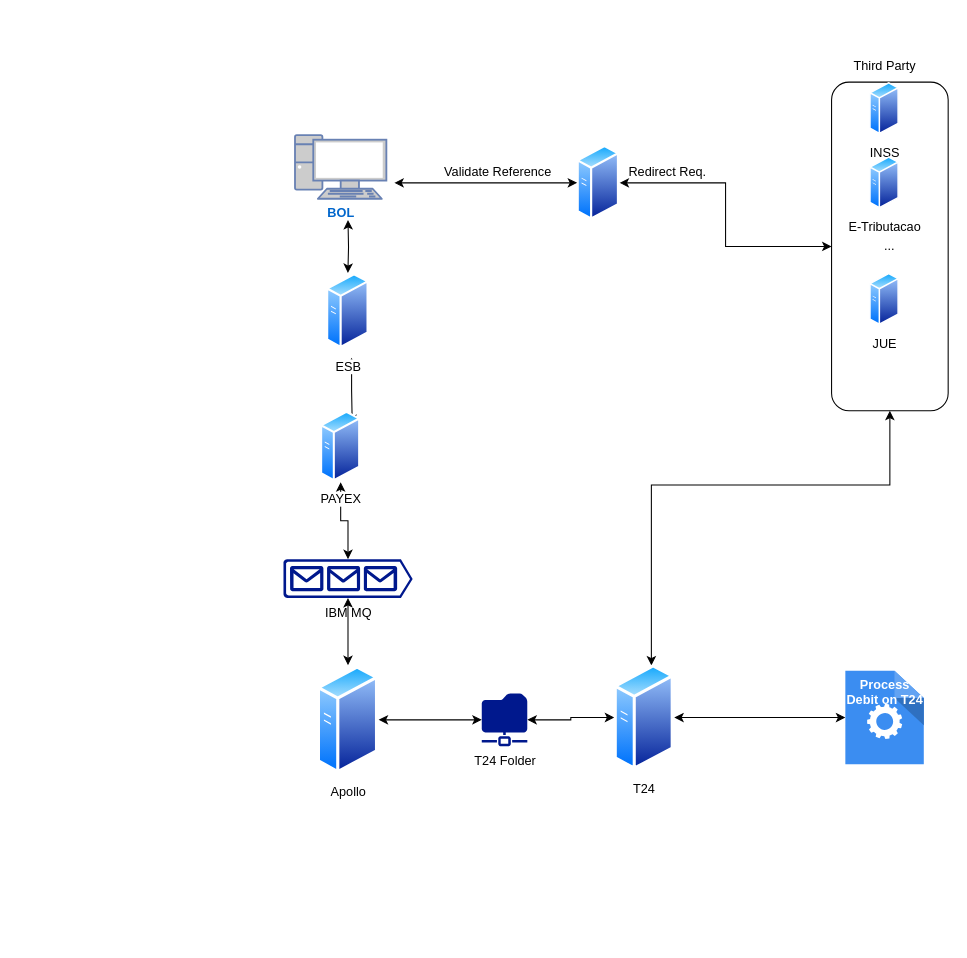
Above: Untitled Diagram.drawio in Klaucio/aula (draw.io), before the change. Source tidied: cells renumbered, new cells numbered last; positions are measured from the earlier drawing's top-left corner, leaving out a move shared by most shapes. Both pictures are drawn from the tidied source at 106%, with x=0, y=0 at pixel (283, 50).
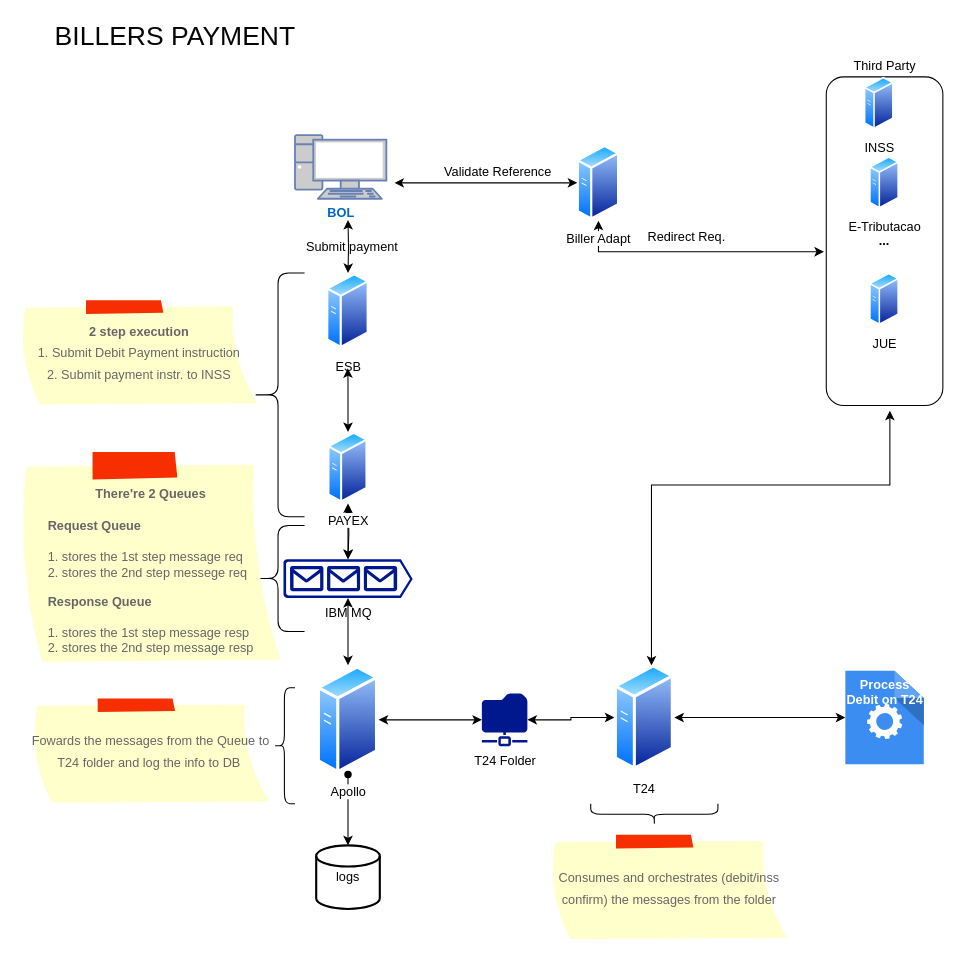
The same diagram, later.

Unchanged cells that the change refers to:
```xml
<mxCell id="18" value="IBM MQ" style="sketch=0;shadow=0;dashed=0;html=1;strokeColor=none;labelPosition=center;verticalLabelPosition=bottom;verticalAlign=top;align=center;fillColor=#00188D;shape=mxgraph.azure.queue_generic;" parent="1" vertex="1">
  <mxGeometry x="-0.2" y="480" width="122" height="36.6" as="geometry" />
</mxCell>
<mxCell id="20" value="Apollo" style="perimeter=ellipsePerimeter;html=1;align=center;shadow=0;dashed=0;spacingTop=3;image;image=img/lib/active_directory/generic_server.svg;" parent="1" vertex="1">
  <mxGeometry x="31.9" y="580" width="57.8" height="103.1" as="geometry" />
</mxCell>
```

Diff of the diagram source:
```diff
@@
-<mxGraphModel>
+<mxGraphModel background="#ffffff">
@@
-    <mxCell id="2" value="..." style="rounded=1;whiteSpace=wrap;html=1;" parent="1" vertex="1">
-      <mxGeometry x="517" y="30" width="110" height="310" as="geometry" />
+    <mxCell id="2" value="&lt;b&gt;...&lt;/b&gt;" style="rounded=1;whiteSpace=wrap;html=1;" parent="1" vertex="1">
+      <mxGeometry x="512" y="25" width="110" height="310" as="geometry" />
     </mxCell>
@@
-    <mxCell id="4" style="edgeStyle=orthogonalEdgeStyle;rounded=0;jettySize=auto;html=1;startArrow=classic;startFill=1;" parent="1" edge="1" source="5" target="2">
-      <mxGeometry relative="1" as="geometry" />
+    <mxCell id="4" style="edgeStyle=orthogonalEdgeStyle;rounded=0;jettySize=auto;html=1;startArrow=classic;startFill=1;" parent="1" edge="1" source="5">
+      <mxGeometry relative="1" as="geometry">
+        <mxPoint x="509.8" y="190" as="targetPoint" />
+        <Array as="points">
+          <mxPoint x="296.8" y="190" />
+          <mxPoint x="509.8" y="190" />
+        </Array>
+      </mxGeometry>
     </mxCell>
-    <mxCell id="5" style="perimeter=ellipsePerimeter;html=1;align=center;shadow=0;dashed=0;spacingTop=3;image;image=img/lib/active_directory/generic_server.svg;" parent="1" vertex="1">
-      <mxGeometry x="277" y="89.3" width="40" height="71.4" as="geometry" />
+    <mxCell id="5" value="Biller Adapt" style="perimeter=ellipsePerimeter;html=1;align=center;shadow=0;dashed=0;spacingTop=3;image;image=img/lib/active_directory/generic_server.svg;" parent="1" vertex="1">
+      <mxGeometry x="277.1" y="89.3" width="40" height="71.4" as="geometry" />
     </mxCell>
@@
     <mxCell id="7" value="INSS" style="perimeter=ellipsePerimeter;html=1;align=center;shadow=0;dashed=0;spacingTop=3;image;image=img/lib/active_directory/generic_server.svg;" parent="1" vertex="1">
-      <mxGeometry x="553" y="30" width="28" height="50" as="geometry" />
+      <mxGeometry x="548" y="25" width="28" height="50" as="geometry" />
     </mxCell>
@@
     <mxCell id="10" value="Validate Reference" style="text;html=1;align=center;verticalAlign=middle;strokeColor=none;fillColor=none;" parent="1" vertex="1">
-      <mxGeometry x="142" y="100" width="120" height="30" as="geometry" />
+      <mxGeometry x="142.1" y="100" width="120" height="30" as="geometry" />
     </mxCell>
     <mxCell id="11" value="Redirect Req." style="text;html=1;align=center;verticalAlign=middle;strokeColor=none;fillColor=none;" parent="1" vertex="1">
-      <mxGeometry x="312" y="100" width="100" height="30" as="geometry" />
+      <mxGeometry x="329.8" y="160.7" width="100" height="30" as="geometry" />
     </mxCell>
     <mxCell id="12" style="endArrow=classic;startArrow=classic;html=1;rounded=0;entryX=0;entryY=0.5;entryDx=0;entryDy=0;" parent="1" edge="1" target="5">
       <mxGeometry relative="1" as="geometry">
-        <mxPoint x="104.5" y="125" as="sourcePoint" />
+        <mxPoint x="104.6" y="125" as="sourcePoint" />
       </mxGeometry>
     </mxCell>
-    <mxCell id="13" style="edgeStyle=orthogonalEdgeStyle;rounded=0;orthogonalLoop=1;jettySize=auto;html=1;exitX=0.25;exitY=1;exitDx=0;exitDy=0;startArrow=classic;startFill=1;" parent="1" edge="1">
-      <mxGeometry relative="1" as="geometry">
-        <mxPoint x="64.2" y="290" as="sourcePoint" />
-        <mxPoint x="64.8" y="352.6" as="targetPoint" />
-        <Array as="points">
-          <mxPoint x="64" y="321" />
-        </Array>
-      </mxGeometry>
-    </mxCell>
     <mxCell id="14" value="ESB" style="perimeter=ellipsePerimeter;html=1;align=center;shadow=0;dashed=0;spacingTop=3;image;image=img/lib/active_directory/generic_server.svg;" parent="1" vertex="1">
-      <mxGeometry x="40.6" y="210" width="40.2" height="71.9" as="geometry" />
+      <mxGeometry x="40.7" y="210" width="40.2" height="71.9" as="geometry" />
     </mxCell>
@@
+    <mxCell id="28" style="edgeStyle=orthogonalEdgeStyle;rounded=0;jettySize=auto;html=1;fontSize=12;fontColor=#050505;startArrow=classic;startFill=1;" parent="1" edge="1" target="18">
+      <mxGeometry relative="1" as="geometry">
+        <mxPoint x="61.1" y="430" as="sourcePoint" />
+      </mxGeometry>
+    </mxCell>
     <mxCell id="16" value="PAYEX" style="perimeter=ellipsePerimeter;html=1;align=center;shadow=0;dashed=0;spacingTop=3;image;image=img/lib/active_directory/generic_server.svg;" parent="1" vertex="1">
-      <mxGeometry x="35" y="340" width="37.8" height="67.4" as="geometry" />
+      <mxGeometry x="41.9" y="360" width="37.8" height="67.4" as="geometry" />
     </mxCell>
@@
+    <mxCell id="29" style="edgeStyle=orthogonalEdgeStyle;rounded=0;jettySize=auto;html=1;entryX=0.5;entryY=0;entryDx=0;entryDy=0;entryPerimeter=0;fontSize=12;fontColor=#050505;startArrow=oval;startFill=1;" parent="1" edge="1" source="20" target="34">
+      <mxGeometry relative="1" as="geometry" />
+    </mxCell>
@@
     <mxCell id="22" value="T24 Folder&lt;br&gt;" style="sketch=0;shadow=0;dashed=0;html=1;strokeColor=none;labelPosition=center;verticalLabelPosition=bottom;verticalAlign=top;align=center;fillColor=#00188D;shape=mxgraph.mscae.enterprise.shared_folder;" parent="1" vertex="1">
-      <mxGeometry x="187" y="606.6" width="43" height="50" as="geometry" />
+      <mxGeometry x="187.1" y="606.6" width="43" height="50" as="geometry" />
     </mxCell>
-    <mxCell id="23" style="edgeStyle=orthogonalEdgeStyle;rounded=0;jettySize=auto;html=1;entryX=0.5;entryY=1;entryDx=0;entryDy=0;fontColor=#FFFFFF;startArrow=classic;startFill=1;" parent="1" edge="1" source="25" target="2">
+    <mxCell id="23" style="edgeStyle=orthogonalEdgeStyle;rounded=0;jettySize=auto;html=1;entryX=0.5;entryY=1;entryDx=0;entryDy=0;fontColor=#FFFFFF;startArrow=classic;startFill=1;" parent="1" edge="1" source="25">
       <mxGeometry relative="1" as="geometry">
+        <mxPoint x="572" y="340" as="targetPoint" />
         <Array as="points">
-          <mxPoint x="347" y="410" />
+          <mxPoint x="347.1" y="410" />
           <mxPoint x="572" y="410" />
         </Array>
       </mxGeometry>
     </mxCell>
@@
     <mxCell id="25" value="T24" style="perimeter=ellipsePerimeter;html=1;align=center;shadow=0;dashed=0;spacingTop=3;image;image=img/lib/active_directory/generic_server.svg;direction=east;" parent="1" vertex="1">
-      <mxGeometry x="312" y="578.9" width="56.6" height="101.1" as="geometry" />
+      <mxGeometry x="312.1" y="578.9" width="56.6" height="101.1" as="geometry" />
     </mxCell>
@@
+    <mxCell id="13" style="edgeStyle=orthogonalEdgeStyle;rounded=0;jettySize=auto;html=1;startArrow=classic;startFill=1;entryX=0.5;entryY=0;entryDx=0;entryDy=0;" parent="1" edge="1" target="16">
+      <mxGeometry relative="1" as="geometry">
+        <mxPoint x="60.6" y="300" as="sourcePoint" />
+        <Array as="points">
+          <mxPoint x="61.1" y="311" />
+          <mxPoint x="60.1" y="311" />
+          <mxPoint x="60.1" y="360" />
+        </Array>
+      </mxGeometry>
+    </mxCell>
+    <mxCell id="30" value="&lt;font style=&quot;font-size: 25px;&quot; color=&quot;#050505&quot;&gt;BILLERS PAYMENT&lt;/font&gt;" style="text;html=1;strokeColor=none;fillColor=none;align=center;verticalAlign=middle;whiteSpace=wrap;rounded=0;fontColor=#FFFFFF;" parent="1" vertex="1">
+      <mxGeometry x="-240.2" y="-30" width="276" height="30" as="geometry" />
+    </mxCell>
+    <mxCell id="31" value="&lt;font style=&quot;font-size: 12px;&quot;&gt;Submit payment&lt;/font&gt;" style="text;html=1;strokeColor=none;fillColor=none;align=center;verticalAlign=middle;whiteSpace=wrap;rounded=0;fontSize=25;fontColor=#050505;" parent="1" vertex="1">
+      <mxGeometry x="17.1" y="160" width="96.1" height="40" as="geometry" />
+    </mxCell>
+    <mxCell id="32" style="shape=curlyBracket;whiteSpace=wrap;html=1;rounded=1;labelPosition=left;verticalLabelPosition=middle;align=right;verticalAlign=middle;fontSize=12;fontColor=#050505;size=0.5;" parent="1" vertex="1">
+      <mxGeometry x="-30.2" y="210" width="50" height="230" as="geometry" />
+    </mxCell>
+    <mxCell id="33" value="&lt;font style=&quot;font-size: 12px;&quot;&gt;&lt;b&gt;2 step execution&lt;br&gt;&lt;/b&gt;1. Submit Debit Payment instruction&lt;br&gt;&lt;/font&gt;&lt;font style=&quot;font-size: 12px;&quot;&gt;2. Submit payment instr. to INSS&lt;/font&gt;" style="strokeWidth=1;shadow=0;dashed=0;align=center;html=1;shape=mxgraph.mockup.text.stickyNote2;fontColor=#666666;mainText=;fontSize=17;whiteSpace=wrap;fillColor=#ffffcc;strokeColor=#F62E00;" parent="1" vertex="1">
+      <mxGeometry x="-250.2" y="235.7" width="228" height="99.3" as="geometry" />
+    </mxCell>
+    <mxCell id="34" value="logs" style="strokeWidth=2;html=1;shape=mxgraph.flowchart.database;whiteSpace=wrap;fontSize=12;fontColor=#050505;" parent="1" vertex="1">
+      <mxGeometry x="30.8" y="750" width="60" height="60" as="geometry" />
+    </mxCell>
+    <mxCell id="35" style="shape=curlyBracket;whiteSpace=wrap;html=1;rounded=1;labelPosition=left;verticalLabelPosition=middle;align=right;verticalAlign=middle;fontSize=12;fontColor=#050505;" parent="1" vertex="1">
+      <mxGeometry x="-30.2" y="448.3" width="50" height="100" as="geometry" />
+    </mxCell>
+    <mxCell id="36" value="&lt;font style=&quot;font-size: 12px;&quot;&gt;&lt;b&gt;&lt;br&gt;There're 2 Queues&lt;/b&gt;&lt;br&gt;&lt;div style=&quot;font-weight: bold; text-align: left;&quot;&gt;&lt;span style=&quot;background-color: initial;&quot;&gt;&lt;br&gt;&lt;/span&gt;&lt;/div&gt;&lt;div style=&quot;font-weight: bold; text-align: left;&quot;&gt;&lt;span style=&quot;background-color: initial;&quot;&gt;Request Queue&lt;/span&gt;&lt;/div&gt;&lt;div style=&quot;font-weight: bold; text-align: left;&quot;&gt;&lt;span style=&quot;background-color: initial;&quot;&gt;&lt;br&gt;&lt;/span&gt;&lt;/div&gt;&lt;div style=&quot;text-align: left;&quot;&gt;&lt;span style=&quot;background-color: initial;&quot;&gt;1. stores the 1st step message req&lt;/span&gt;&lt;/div&gt;&lt;div style=&quot;text-align: left;&quot;&gt;&lt;span style=&quot;background-color: initial;&quot;&gt;2. stores the 2nd step messege req&lt;/span&gt;&lt;/div&gt;&lt;div style=&quot;font-weight: bold; text-align: left;&quot;&gt;&lt;span style=&quot;background-color: initial;&quot;&gt;&lt;br&gt;&lt;/span&gt;&lt;/div&gt;&lt;/font&gt;&lt;font style=&quot;font-size: 12px;&quot;&gt;&lt;div style=&quot;font-weight: bold; text-align: left;&quot;&gt;&lt;span style=&quot;background-color: initial;&quot;&gt;Response Queue&lt;/span&gt;&lt;/div&gt;&lt;div style=&quot;text-align: left;&quot;&gt;&lt;span style=&quot;background-color: initial;&quot;&gt;&lt;br&gt;&lt;/span&gt;&lt;/div&gt;&lt;div style=&quot;text-align: left;&quot;&gt;&lt;span style=&quot;border-color: var(--border-color); text-align: center;&quot;&gt;&lt;div style=&quot;border-color: var(--border-color); text-align: left;&quot;&gt;&lt;span style=&quot;border-color: var(--border-color); background-color: initial;&quot;&gt;1. stores the 1st step message resp&lt;/span&gt;&lt;/div&gt;&lt;div style=&quot;border-color: var(--border-color); text-align: left;&quot;&gt;&lt;span style=&quot;border-color: var(--border-color); background-color: initial;&quot;&gt;2. stores the 2nd step message resp&lt;/span&gt;&lt;/div&gt;&lt;/span&gt;&lt;/div&gt;&lt;/font&gt;" style="strokeWidth=1;shadow=0;dashed=0;align=center;html=1;shape=mxgraph.mockup.text.stickyNote2;fontColor=#666666;mainText=;fontSize=17;whiteSpace=wrap;fillColor=#ffffcc;strokeColor=#F62E00;" parent="1" vertex="1">
+      <mxGeometry x="-250.2" y="378.9" width="250" height="200" as="geometry" />
+    </mxCell>
+    <mxCell id="37" value="&lt;span style=&quot;font-size: 12px;&quot;&gt;Consumes and orchestrates (debit/inss confirm) the messages from the folder&lt;/span&gt;" style="strokeWidth=1;shadow=0;dashed=0;align=center;html=1;shape=mxgraph.mockup.text.stickyNote2;fontColor=#666666;mainText=;fontSize=17;whiteSpace=wrap;fillColor=#ffffcc;strokeColor=#F62E00;" parent="1" vertex="1">
+      <mxGeometry x="249.8" y="740" width="228" height="99.3" as="geometry" />
+    </mxCell>
+    <mxCell id="38" value="&lt;span style=&quot;font-size: 12px;&quot;&gt;Fowards the messages from the Queue to T24 folder and log the info to DB&amp;nbsp;&lt;/span&gt;" style="strokeWidth=1;shadow=0;dashed=0;align=center;html=1;shape=mxgraph.mockup.text.stickyNote2;fontColor=#666666;mainText=;fontSize=17;whiteSpace=wrap;fillColor=#ffffcc;strokeColor=#F62E00;" parent="1" vertex="1">
+      <mxGeometry x="-239.2" y="611.4" width="228" height="99.3" as="geometry" />
+    </mxCell>
+    <mxCell id="39" style="shape=curlyBracket;whiteSpace=wrap;html=1;rounded=1;labelPosition=left;verticalLabelPosition=middle;align=right;verticalAlign=middle;fontSize=12;fontColor=#050505;" parent="1" vertex="1">
+      <mxGeometry x="-9.2" y="601.4" width="20" height="109.3" as="geometry" />
+    </mxCell>
+    <mxCell id="40" style="shape=curlyBracket;whiteSpace=wrap;html=1;rounded=1;labelPosition=left;verticalLabelPosition=middle;align=right;verticalAlign=middle;fontSize=12;fontColor=#050505;direction=north;" parent="1" vertex="1">
+      <mxGeometry x="289.8" y="710.7" width="120" height="20" as="geometry" />
+    </mxCell>
```
